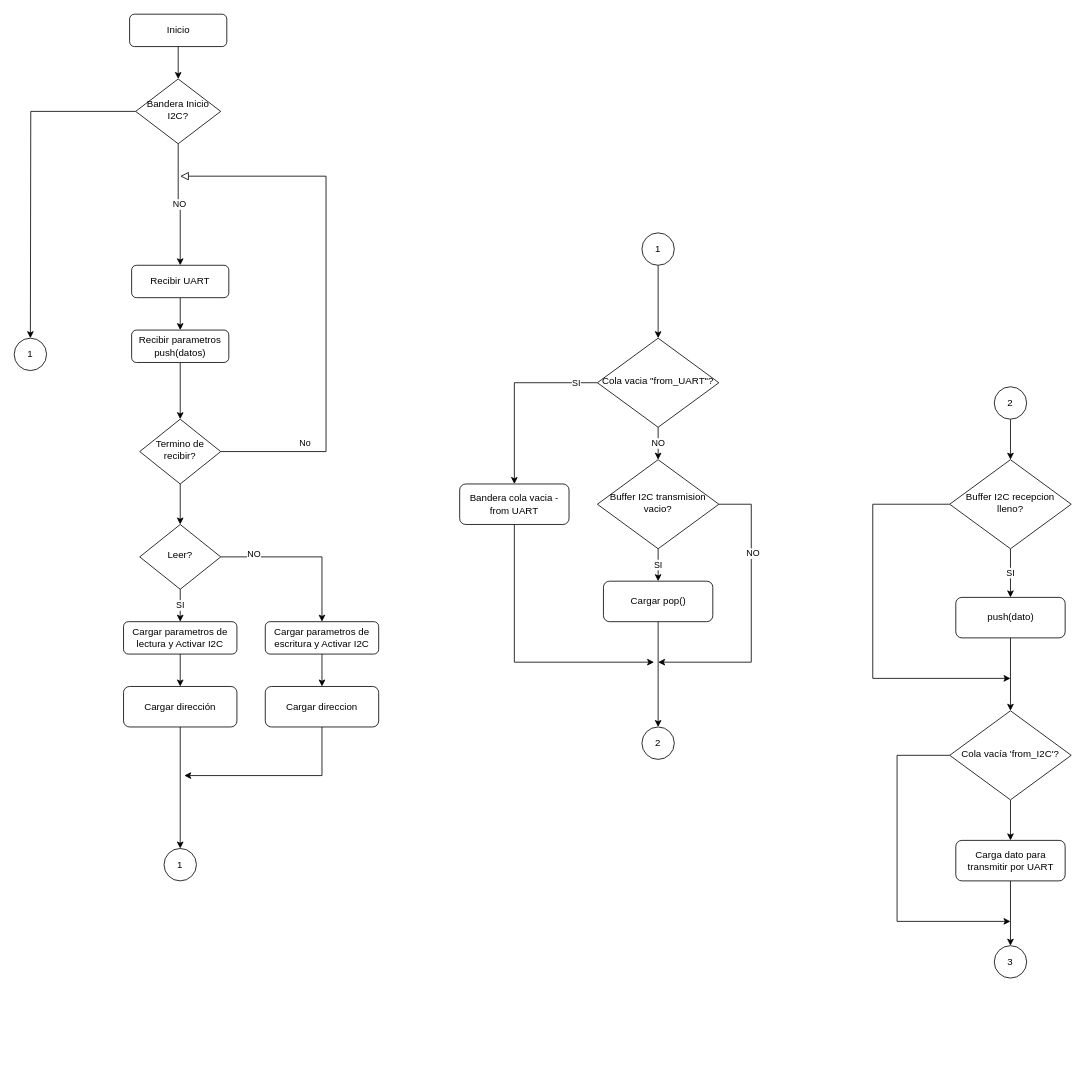
MauricioD13/Laboratorio3_Proyecto2 keeps this draw.io diagram as Diagrama_flujodrawio.drawio. Above is the earlier version. Source tidied: cells renumbered, new cells numbered last; positions are measured from the earlier drawing's top-left corner, leaving out a move shared by most shapes. Both pictures are drawn from the tidied source at 81%, with x=0, y=0 at pixel (14, 14).
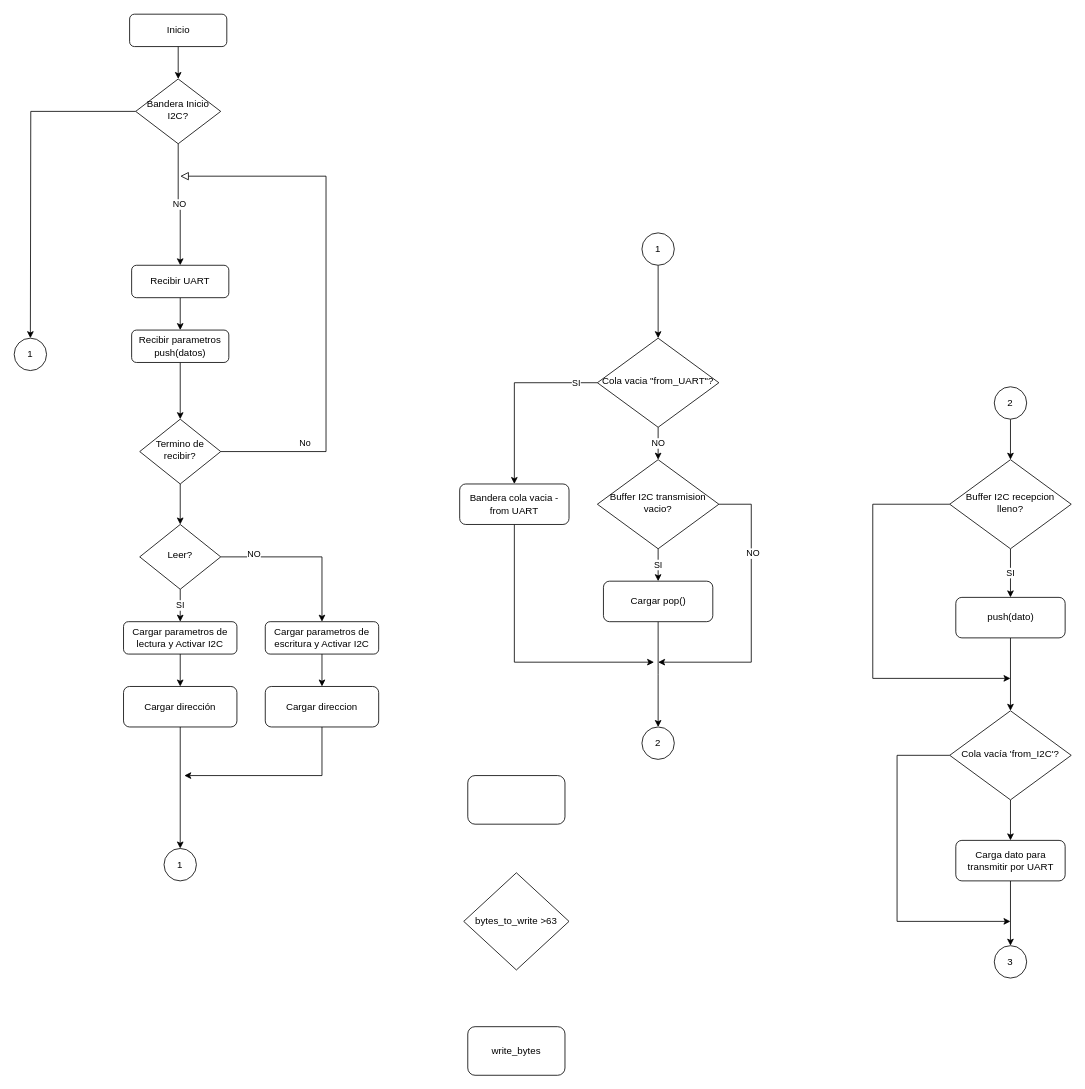
Above is the later version.

Change to the diagram source:
```diff
@@
+    <mxCell id="56" value="bytes_to_write &amp;gt;63" style="rhombus;whiteSpace=wrap;html=1;" parent="1" vertex="1">
+      <mxGeometry x="555" y="1060" width="130" height="120" as="geometry" />
+    </mxCell>
+    <mxCell id="57" value="write_bytes" style="rounded=1;whiteSpace=wrap;html=1;" parent="1" vertex="1">
+      <mxGeometry x="560" y="1250" width="120" height="60" as="geometry" />
+    </mxCell>
+    <mxCell id="58" style="rounded=1;whiteSpace=wrap;html=1;" parent="1" vertex="1">
+      <mxGeometry x="560" y="940" width="120" height="60" as="geometry" />
+    </mxCell>
```
